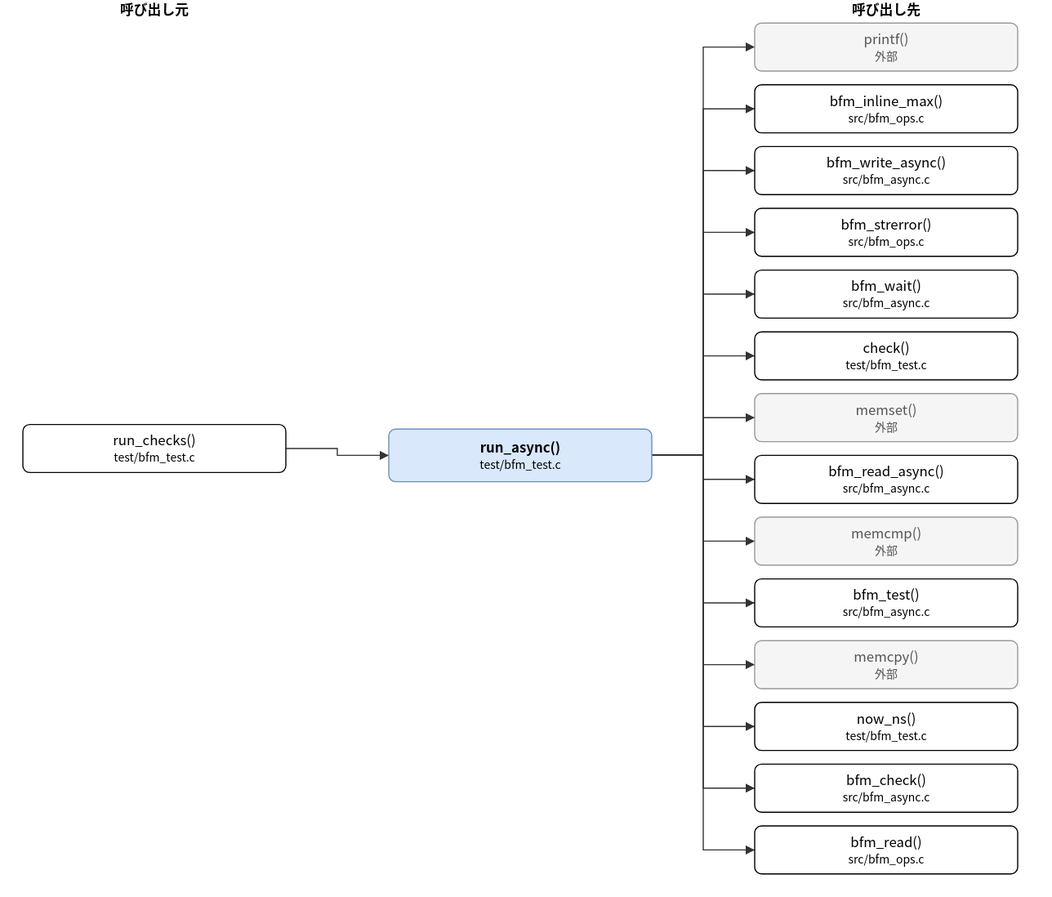
hf355051012-ai/bfmem keeps this draw.io diagram as doc/spec/images/call_test_bfm_test-run_async.drawio.svg. Above is the earlier version. Source tidied: cells renumbered, new cells last; positions are measured from the earlier drawing's top-left corner, leaving out a move shared by most shapes.
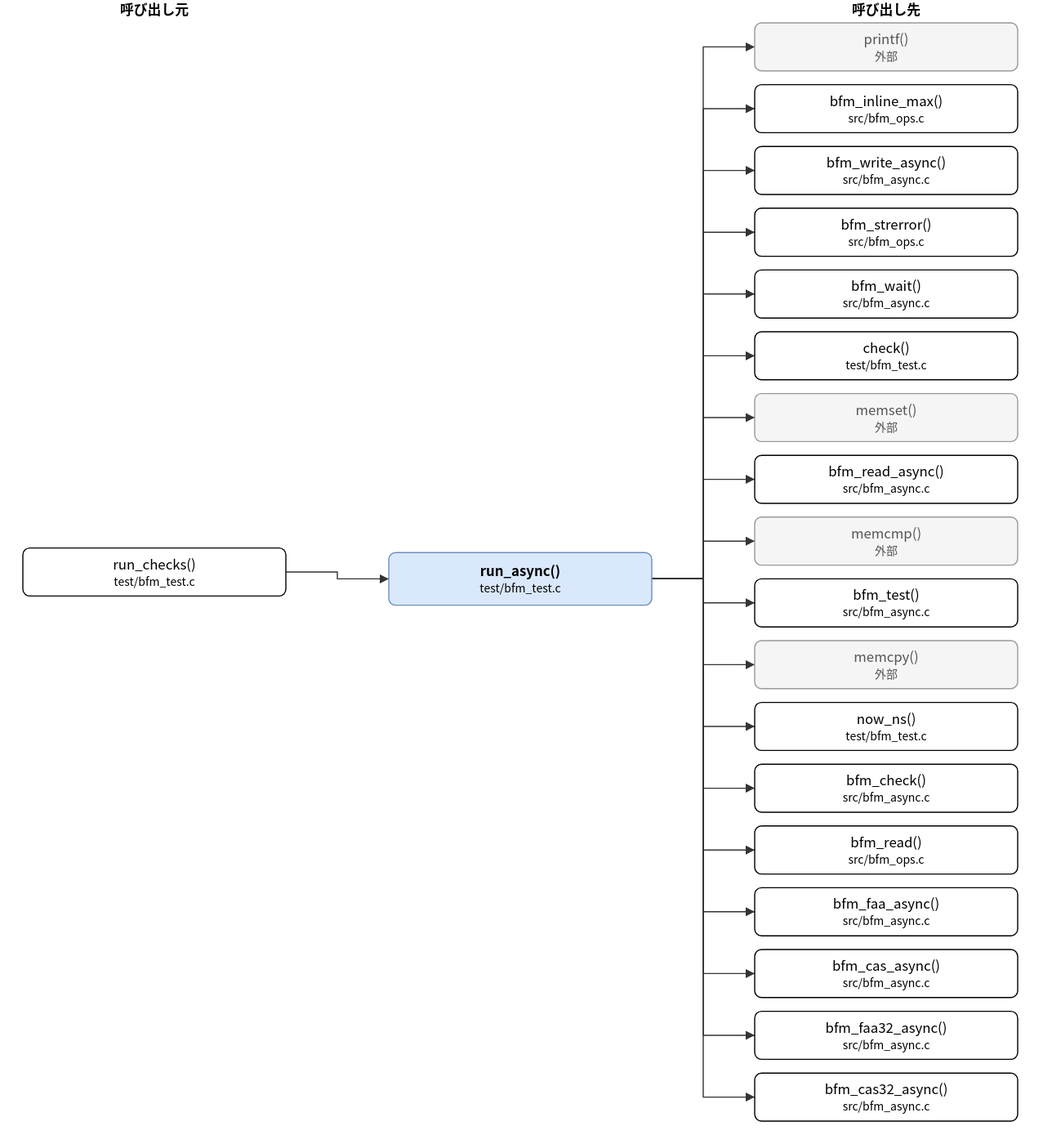
The same diagram one commit later.

Diff of the diagram source:
```diff
@@ -3,10 +3,10 @@
     <mxCell id="0" />
     <mxCell id="1" parent="0" />
     <mxCell id="2" value="run_async()&lt;br&gt;&lt;font style=&quot;font-size:10px&quot;&gt;test/bfm_test.c&lt;/font&gt;" style="rounded=1;whiteSpace=wrap;html=1;fillColor=#dae8fc;strokeColor=#6c8ebf;fontStyle=1;" parent="1" vertex="1">
-      <mxGeometry x="320" y="375" width="230" height="46" as="geometry" />
+      <mxGeometry x="320" y="483" width="230" height="46" as="geometry" />
     </mxCell>
     <mxCell id="3" value="run_checks()&lt;br&gt;&lt;font style=&quot;font-size:10px&quot;&gt;test/bfm_test.c&lt;/font&gt;" style="rounded=1;whiteSpace=wrap;html=1;" parent="1" vertex="1">
-      <mxGeometry y="371" width="230" height="42" as="geometry" />
+      <mxGeometry y="479" width="230" height="42" as="geometry" />
     </mxCell>
     <mxCell id="4" value="printf()&lt;br&gt;&lt;font style=&quot;font-size:10px&quot;&gt;外部&lt;/font&gt;" style="rounded=1;whiteSpace=wrap;html=1;fillColor=#f5f5f5;strokeColor=#999999;fontColor=#555555;" parent="1" vertex="1">
       <mxGeometry x="640" y="20" width="230" height="42" as="geometry" />
@@ -50,18 +50,30 @@
     <mxCell id="17" value="bfm_read()&lt;br&gt;&lt;font style=&quot;font-size:10px&quot;&gt;src/bfm_ops.c&lt;/font&gt;" style="rounded=1;whiteSpace=wrap;html=1;" parent="1" vertex="1">
       <mxGeometry x="640" y="722" width="230" height="42" as="geometry" />
     </mxCell>
+    <mxCell id="35" value="bfm_faa_async()&lt;br&gt;&lt;font style=&quot;font-size:10px&quot;&gt;src/bfm_async.c&lt;/font&gt;" style="rounded=1;whiteSpace=wrap;html=1;" parent="1" vertex="1">
+      <mxGeometry x="640" y="776" width="230" height="42" as="geometry" />
+    </mxCell>
+    <mxCell id="36" value="bfm_cas_async()&lt;br&gt;&lt;font style=&quot;font-size:10px&quot;&gt;src/bfm_async.c&lt;/font&gt;" style="rounded=1;whiteSpace=wrap;html=1;" parent="1" vertex="1">
+      <mxGeometry x="640" y="830" width="230" height="42" as="geometry" />
+    </mxCell>
+    <mxCell id="37" value="bfm_faa32_async()&lt;br&gt;&lt;font style=&quot;font-size:10px&quot;&gt;src/bfm_async.c&lt;/font&gt;" style="rounded=1;whiteSpace=wrap;html=1;" parent="1" vertex="1">
+      <mxGeometry x="640" y="884" width="230" height="42" as="geometry" />
+    </mxCell>
+    <mxCell id="38" value="bfm_cas32_async()&lt;br&gt;&lt;font style=&quot;font-size:10px&quot;&gt;src/bfm_async.c&lt;/font&gt;" style="rounded=1;whiteSpace=wrap;html=1;" parent="1" vertex="1">
+      <mxGeometry x="640" y="938" width="230" height="42" as="geometry" />
+    </mxCell>
     <mxCell id="18" style="edgeStyle=none;html=1;rounded=0;endArrow=block;endFill=1;exitX=1.0000;exitY=0.5000;exitDx=0;exitDy=0;exitPerimeter=0;entryX=0.0000;entryY=0.5000;entryDx=0;entryDy=0;entryPerimeter=0;" parent="1" edge="1" source="3" target="2">
       <mxGeometry relative="1" as="geometry">
         <Array as="points">
-          <mxPoint x="275" y="392" />
-          <mxPoint x="275" y="398" />
+          <mxPoint x="275" y="500" />
+          <mxPoint x="275" y="506" />
         </Array>
       </mxGeometry>
     </mxCell>
     <mxCell id="19" style="edgeStyle=none;html=1;rounded=0;endArrow=block;endFill=1;exitX=1.0000;exitY=0.5000;exitDx=0;exitDy=0;exitPerimeter=0;entryX=0.0000;entryY=0.5000;entryDx=0;entryDy=0;entryPerimeter=0;" parent="1" edge="1" source="2" target="4">
       <mxGeometry relative="1" as="geometry">
         <Array as="points">
-          <mxPoint x="595" y="398" />
+          <mxPoint x="595" y="506" />
           <mxPoint x="595" y="41" />
         </Array>
       </mxGeometry>
@@ -69,7 +81,7 @@
     <mxCell id="20" style="edgeStyle=none;html=1;rounded=0;endArrow=block;endFill=1;exitX=1.0000;exitY=0.5000;exitDx=0;exitDy=0;exitPerimeter=0;entryX=0.0000;entryY=0.5000;entryDx=0;entryDy=0;entryPerimeter=0;" parent="1" edge="1" source="2" target="5">
       <mxGeometry relative="1" as="geometry">
         <Array as="points">
-          <mxPoint x="595" y="398" />
+          <mxPoint x="595" y="506" />
           <mxPoint x="595" y="95" />
         </Array>
       </mxGeometry>
@@ -77,7 +89,7 @@
     <mxCell id="21" style="edgeStyle=none;html=1;rounded=0;endArrow=block;endFill=1;exitX=1.0000;exitY=0.5000;exitDx=0;exitDy=0;exitPerimeter=0;entryX=0.0000;entryY=0.5000;entryDx=0;entryDy=0;entryPerimeter=0;" parent="1" edge="1" source="2" target="6">
       <mxGeometry relative="1" as="geometry">
         <Array as="points">
-          <mxPoint x="595" y="398" />
+          <mxPoint x="595" y="506" />
           <mxPoint x="595" y="149" />
         </Array>
       </mxGeometry>
@@ -85,7 +97,7 @@
     <mxCell id="22" style="edgeStyle=none;html=1;rounded=0;endArrow=block;endFill=1;exitX=1.0000;exitY=0.5000;exitDx=0;exitDy=0;exitPerimeter=0;entryX=0.0000;entryY=0.5000;entryDx=0;entryDy=0;entryPerimeter=0;" parent="1" edge="1" source="2" target="7">
       <mxGeometry relative="1" as="geometry">
         <Array as="points">
-          <mxPoint x="595" y="398" />
+          <mxPoint x="595" y="506" />
           <mxPoint x="595" y="203" />
         </Array>
       </mxGeometry>
@@ -93,7 +105,7 @@
     <mxCell id="23" style="edgeStyle=none;html=1;rounded=0;endArrow=block;endFill=1;exitX=1.0000;exitY=0.5000;exitDx=0;exitDy=0;exitPerimeter=0;entryX=0.0000;entryY=0.5000;entryDx=0;entryDy=0;entryPerimeter=0;" parent="1" edge="1" source="2" target="8">
       <mxGeometry relative="1" as="geometry">
         <Array as="points">
-          <mxPoint x="595" y="398" />
+          <mxPoint x="595" y="506" />
           <mxPoint x="595" y="257" />
         </Array>
       </mxGeometry>
@@ -101,7 +113,7 @@
     <mxCell id="24" style="edgeStyle=none;html=1;rounded=0;endArrow=block;endFill=1;exitX=1.0000;exitY=0.5000;exitDx=0;exitDy=0;exitPerimeter=0;entryX=0.0000;entryY=0.5000;entryDx=0;entryDy=0;entryPerimeter=0;" parent="1" edge="1" source="2" target="9">
       <mxGeometry relative="1" as="geometry">
         <Array as="points">
-          <mxPoint x="595" y="398" />
+          <mxPoint x="595" y="506" />
           <mxPoint x="595" y="311" />
         </Array>
       </mxGeometry>
@@ -109,7 +121,7 @@
     <mxCell id="25" style="edgeStyle=none;html=1;rounded=0;endArrow=block;endFill=1;exitX=1.0000;exitY=0.5000;exitDx=0;exitDy=0;exitPerimeter=0;entryX=0.0000;entryY=0.5000;entryDx=0;entryDy=0;entryPerimeter=0;" parent="1" edge="1" source="2" target="10">
       <mxGeometry relative="1" as="geometry">
         <Array as="points">
-          <mxPoint x="595" y="398" />
+          <mxPoint x="595" y="506" />
           <mxPoint x="595" y="365" />
         </Array>
       </mxGeometry>
@@ -117,7 +129,7 @@
     <mxCell id="26" style="edgeStyle=none;html=1;rounded=0;endArrow=block;endFill=1;exitX=1.0000;exitY=0.5000;exitDx=0;exitDy=0;exitPerimeter=0;entryX=0.0000;entryY=0.5000;entryDx=0;entryDy=0;entryPerimeter=0;" parent="1" edge="1" source="2" target="11">
       <mxGeometry relative="1" as="geometry">
         <Array as="points">
-          <mxPoint x="595" y="398" />
+          <mxPoint x="595" y="506" />
           <mxPoint x="595" y="419" />
         </Array>
       </mxGeometry>
@@ -125,7 +137,7 @@
     <mxCell id="27" style="edgeStyle=none;html=1;rounded=0;endArrow=block;endFill=1;exitX=1.0000;exitY=0.5000;exitDx=0;exitDy=0;exitPerimeter=0;entryX=0.0000;entryY=0.5000;entryDx=0;entryDy=0;entryPerimeter=0;" parent="1" edge="1" source="2" target="12">
       <mxGeometry relative="1" as="geometry">
         <Array as="points">
-          <mxPoint x="595" y="398" />
+          <mxPoint x="595" y="506" />
           <mxPoint x="595" y="473" />
         </Array>
       </mxGeometry>
@@ -133,7 +145,7 @@
     <mxCell id="28" style="edgeStyle=none;html=1;rounded=0;endArrow=block;endFill=1;exitX=1.0000;exitY=0.5000;exitDx=0;exitDy=0;exitPerimeter=0;entryX=0.0000;entryY=0.5000;entryDx=0;entryDy=0;entryPerimeter=0;" parent="1" edge="1" source="2" target="13">
       <mxGeometry relative="1" as="geometry">
         <Array as="points">
-          <mxPoint x="595" y="398" />
+          <mxPoint x="595" y="506" />
           <mxPoint x="595" y="527" />
         </Array>
       </mxGeometry>
@@ -141,7 +153,7 @@
     <mxCell id="29" style="edgeStyle=none;html=1;rounded=0;endArrow=block;endFill=1;exitX=1.0000;exitY=0.5000;exitDx=0;exitDy=0;exitPerimeter=0;entryX=0.0000;entryY=0.5000;entryDx=0;entryDy=0;entryPerimeter=0;" parent="1" edge="1" source="2" target="14">
       <mxGeometry relative="1" as="geometry">
         <Array as="points">
-          <mxPoint x="595" y="398" />
+          <mxPoint x="595" y="506" />
           <mxPoint x="595" y="581" />
         </Array>
       </mxGeometry>
@@ -149,7 +161,7 @@
     <mxCell id="30" style="edgeStyle=none;html=1;rounded=0;endArrow=block;endFill=1;exitX=1.0000;exitY=0.5000;exitDx=0;exitDy=0;exitPerimeter=0;entryX=0.0000;entryY=0.5000;entryDx=0;entryDy=0;entryPerimeter=0;" parent="1" edge="1" source="2" target="15">
       <mxGeometry relative="1" as="geometry">
         <Array as="points">
-          <mxPoint x="595" y="398" />
+          <mxPoint x="595" y="506" />
           <mxPoint x="595" y="635" />
         </Array>
       </mxGeometry>
@@ -157,7 +169,7 @@
     <mxCell id="31" style="edgeStyle=none;html=1;rounded=0;endArrow=block;endFill=1;exitX=1.0000;exitY=0.5000;exitDx=0;exitDy=0;exitPerimeter=0;entryX=0.0000;entryY=0.5000;entryDx=0;entryDy=0;entryPerimeter=0;" parent="1" edge="1" source="2" target="16">
       <mxGeometry relative="1" as="geometry">
         <Array as="points">
-          <mxPoint x="595" y="398" />
+          <mxPoint x="595" y="506" />
           <mxPoint x="595" y="689" />
         </Array>
       </mxGeometry>
@@ -165,11 +177,43 @@
     <mxCell id="32" style="edgeStyle=none;html=1;rounded=0;endArrow=block;endFill=1;exitX=1.0000;exitY=0.5000;exitDx=0;exitDy=0;exitPerimeter=0;entryX=0.0000;entryY=0.5000;entryDx=0;entryDy=0;entryPerimeter=0;" parent="1" edge="1" source="2" target="17">
       <mxGeometry relative="1" as="geometry">
         <Array as="points">
-          <mxPoint x="595" y="398" />
+          <mxPoint x="595" y="506" />
           <mxPoint x="595" y="743" />
         </Array>
       </mxGeometry>
     </mxCell>
+    <mxCell id="39" style="edgeStyle=none;html=1;rounded=0;endArrow=block;endFill=1;exitX=1.0000;exitY=0.5000;exitDx=0;exitDy=0;exitPerimeter=0;entryX=0.0000;entryY=0.5000;entryDx=0;entryDy=0;entryPerimeter=0;" parent="1" edge="1" source="2" target="35">
+      <mxGeometry relative="1" as="geometry">
+        <Array as="points">
+          <mxPoint x="595" y="506" />
+          <mxPoint x="595" y="797" />
+        </Array>
+      </mxGeometry>
+    </mxCell>
+    <mxCell id="40" style="edgeStyle=none;html=1;rounded=0;endArrow=block;endFill=1;exitX=1.0000;exitY=0.5000;exitDx=0;exitDy=0;exitPerimeter=0;entryX=0.0000;entryY=0.5000;entryDx=0;entryDy=0;entryPerimeter=0;" parent="1" edge="1" source="2" target="36">
+      <mxGeometry relative="1" as="geometry">
+        <Array as="points">
+          <mxPoint x="595" y="506" />
+          <mxPoint x="595" y="851" />
+        </Array>
+      </mxGeometry>
+    </mxCell>
+    <mxCell id="41" style="edgeStyle=none;html=1;rounded=0;endArrow=block;endFill=1;exitX=1.0000;exitY=0.5000;exitDx=0;exitDy=0;exitPerimeter=0;entryX=0.0000;entryY=0.5000;entryDx=0;entryDy=0;entryPerimeter=0;" parent="1" edge="1" source="2" target="37">
+      <mxGeometry relative="1" as="geometry">
+        <Array as="points">
+          <mxPoint x="595" y="506" />
+          <mxPoint x="595" y="905" />
+        </Array>
+      </mxGeometry>
+    </mxCell>
+    <mxCell id="42" style="edgeStyle=none;html=1;rounded=0;endArrow=block;endFill=1;exitX=1.0000;exitY=0.5000;exitDx=0;exitDy=0;exitPerimeter=0;entryX=0.0000;entryY=0.5000;entryDx=0;entryDy=0;entryPerimeter=0;" parent="1" edge="1" source="2" target="38">
+      <mxGeometry relative="1" as="geometry">
+        <Array as="points">
+          <mxPoint x="595" y="506" />
+          <mxPoint x="595" y="959" />
+        </Array>
+      </mxGeometry>
+    </mxCell>
     <mxCell id="33" value="呼び出し元" style="text;html=1;align=center;fontStyle=1;" parent="1" vertex="1">
       <mxGeometry x="35" width="160" height="18" as="geometry" />
     </mxCell>
```
